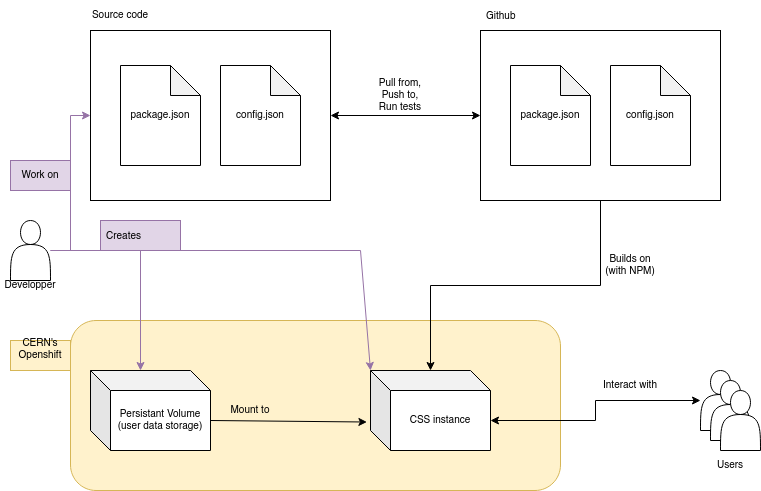
The draw.io diagram devops/cern_css_devops.drawio.png in mariadimou/cern-css, before a commit. Source tidied: cells renumbered, new cells last; positions are measured from the earlier drawing's top-left corner, leaving out a move shared by most shapes.
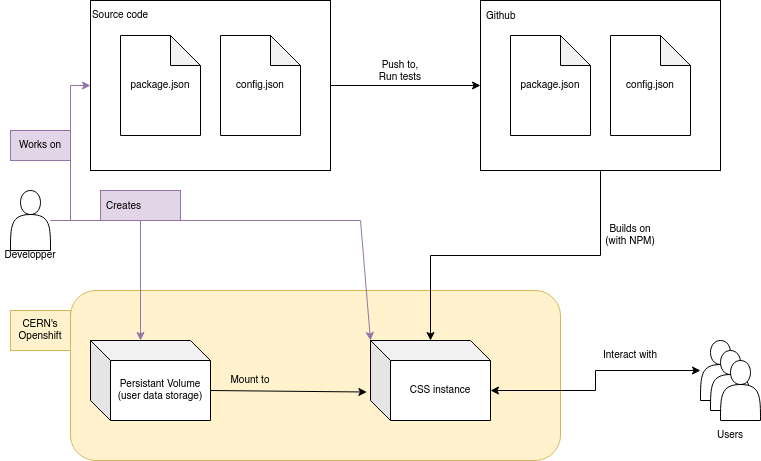
After the change.

Diff of the diagram source:
```diff
@@ -23,7 +23,7 @@
     <mxCell id="8" value="config.json" style="shape=note;whiteSpace=wrap;html=1;backgroundOutline=1;darkOpacity=0.05;fontSize=10;" parent="1" vertex="1">
       <mxGeometry x="610" y="65" width="80" height="100" as="geometry" />
     </mxCell>
-    <mxCell id="9" style="edgeStyle=orthogonalEdgeStyle;rounded=0;jettySize=auto;html=1;entryX=0;entryY=0.5;entryDx=0;entryDy=0;fontSize=10;strokeColor=default;startArrow=classic;startFill=1;" parent="1" edge="1" source="10" target="6">
+    <mxCell id="9" style="edgeStyle=orthogonalEdgeStyle;rounded=0;jettySize=auto;html=1;entryX=0;entryY=0.5;entryDx=0;entryDy=0;fontSize=10;strokeColor=default;startArrow=none;startFill=0;" parent="1" edge="1" source="10" target="6">
       <mxGeometry relative="1" as="geometry" />
     </mxCell>
     <mxCell id="10" style="rounded=0;whiteSpace=wrap;html=1;fontSize=10;" parent="1" vertex="1">
@@ -36,15 +36,15 @@
       <mxGeometry x="220" y="65" width="80" height="100" as="geometry" />
     </mxCell>
     <mxCell id="13" value="Source code" style="text;html=1;strokeColor=none;fillColor=none;align=center;verticalAlign=middle;whiteSpace=wrap;rounded=0;fontSize=10;" parent="1" vertex="1">
-      <mxGeometry x="90" width="60" height="30" as="geometry" />
+      <mxGeometry x="90" y="30" width="60" height="30" as="geometry" />
     </mxCell>
     <mxCell id="14" value="Github" style="text;strokeColor=none;fillColor=none;align=left;verticalAlign=middle;spacingLeft=4;spacingRight=4;overflow=hidden;fontSize=10;" parent="1" vertex="1">
-      <mxGeometry x="480" width="80" height="30" as="geometry" />
+      <mxGeometry x="480" y="30" width="80" height="30" as="geometry" />
     </mxCell>
-    <mxCell id="15" value="Work on " style="text;html=1;strokeColor=#9673a6;fillColor=#e1d5e7;align=center;verticalAlign=middle;whiteSpace=wrap;rounded=0;fontSize=10;" parent="1" vertex="1">
+    <mxCell id="15" value="Works on " style="text;html=1;strokeColor=#9673a6;fillColor=#e1d5e7;align=center;verticalAlign=middle;whiteSpace=wrap;rounded=0;fontSize=10;" parent="1" vertex="1">
       <mxGeometry x="10" y="160" width="60" height="30" as="geometry" />
     </mxCell>
-    <mxCell id="16" value="&lt;div&gt;Pull from,&lt;/div&gt;&lt;div&gt;Push to,&lt;/div&gt;&lt;div&gt;Run tests&lt;br&gt;&lt;/div&gt;" style="text;html=1;strokeColor=none;fillColor=none;align=center;verticalAlign=middle;whiteSpace=wrap;rounded=0;fontSize=10;" parent="1" vertex="1">
+    <mxCell id="16" value="&lt;div&gt;&lt;br&gt;&lt;/div&gt;&lt;div&gt;Push to,&lt;/div&gt;&lt;div&gt;Run tests&lt;br&gt;&lt;/div&gt;" style="text;html=1;strokeColor=none;fillColor=none;align=center;verticalAlign=middle;whiteSpace=wrap;rounded=0;fontSize=10;" parent="1" vertex="1">
       <mxGeometry x="370" y="80" width="60" height="30" as="geometry" />
     </mxCell>
     <mxCell id="17" value="&lt;div&gt;CSS instance&lt;/div&gt;" style="shape=cube;whiteSpace=wrap;html=1;boundedLbl=1;backgroundOutline=1;darkOpacity=0.05;darkOpacity2=0.1;fontSize=10;" parent="1" vertex="1">
@@ -76,8 +76,8 @@
     <mxCell id="24" value="Builds on (with NPM)" style="text;html=1;strokeColor=none;fillColor=none;align=center;verticalAlign=middle;whiteSpace=wrap;rounded=0;fontSize=10;" parent="1" vertex="1">
       <mxGeometry x="600" y="250" width="60" height="30" as="geometry" />
     </mxCell>
-    <mxCell id="25" value="&lt;div&gt;CERN's Openshift&lt;/div&gt;&lt;div&gt;&lt;br&gt;&lt;/div&gt;" style="text;html=1;strokeColor=#d6b656;fillColor=#fff2cc;align=center;verticalAlign=middle;whiteSpace=wrap;rounded=0;fontSize=10;" parent="1" vertex="1">
-      <mxGeometry x="10" y="340" width="60" height="30" as="geometry" />
+    <mxCell id="25" value="&lt;div&gt;CERN's Openshift&lt;/div&gt;" style="text;html=1;strokeColor=#d6b656;fillColor=#fff2cc;align=center;verticalAlign=middle;whiteSpace=wrap;rounded=0;fontSize=10;" parent="1" vertex="1">
+      <mxGeometry x="10" y="340" width="60" height="40" as="geometry" />
     </mxCell>
     <mxCell id="26" value="&lt;div&gt;Developper&lt;/div&gt;" style="text;html=1;strokeColor=none;fillColor=none;align=center;verticalAlign=middle;whiteSpace=wrap;rounded=0;fontSize=10;" parent="1" vertex="1">
       <mxGeometry y="270" width="60" height="30" as="geometry" />
```
